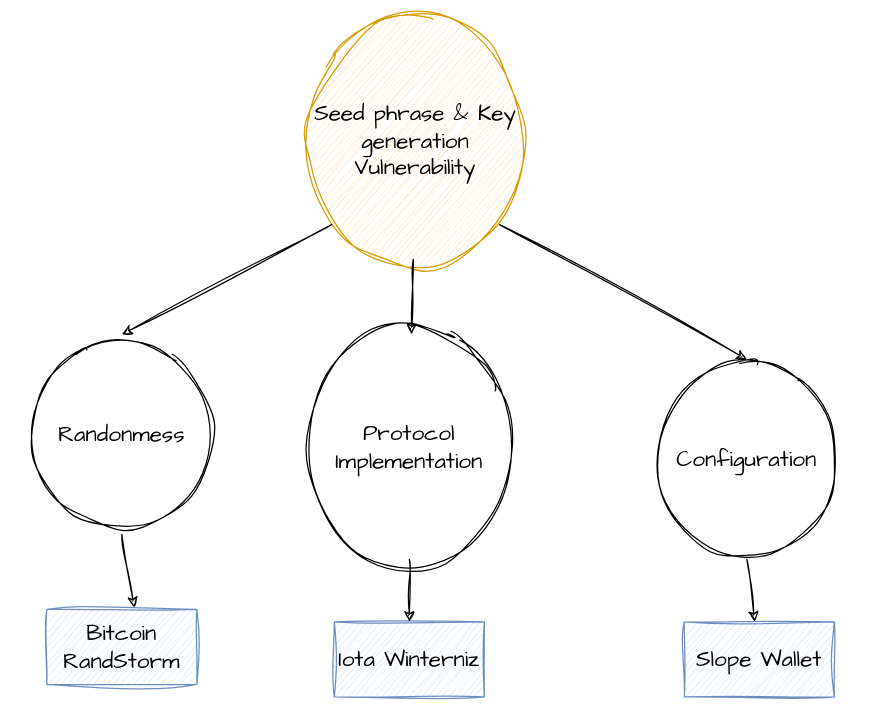
rya-sge/access-denied keeps this draw.io diagram as page "key generation" (6 of 21) of schema/crypto-wallet.drawio. Above is the earlier version. Source tidied: cells renumbered, new cells numbered last; positions are measured from the earlier drawing's top-left corner, leaving out a move shared by most shapes. Both pictures are drawn from the tidied source at 125%, with x=0, y=0 at pixel (21, 21).
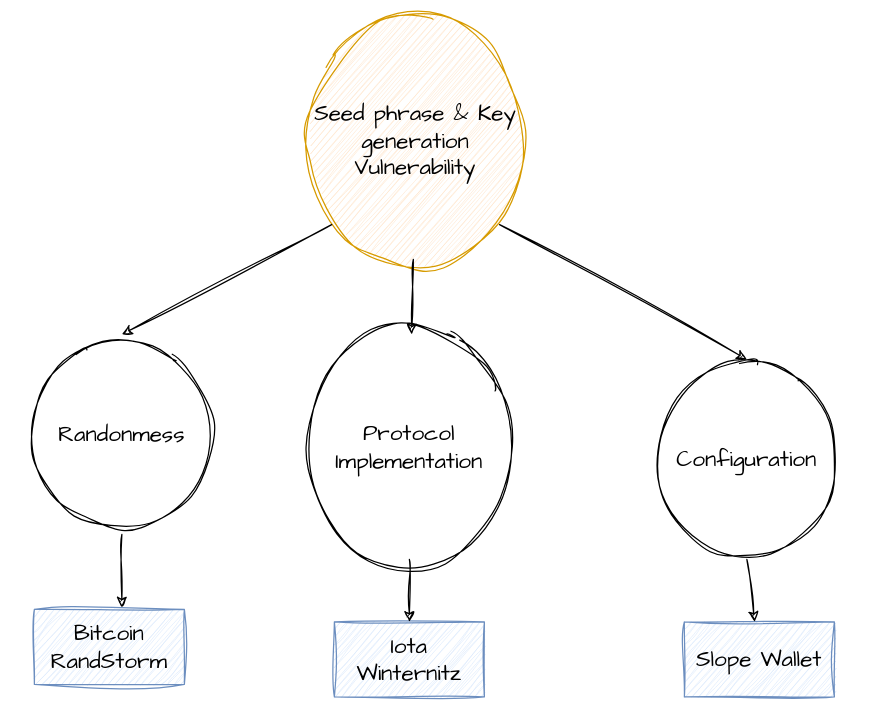
The same diagram, later.

The edit, as a diff of the source:
```diff
@@
 <mxGraphModel>
   <root>
     <mxCell id="0" />
     <mxCell id="1" parent="0" />
     <mxCell id="2" value="Seed phrase &amp;amp; Key generation Vulnerability" style="ellipse;whiteSpace=wrap;html=1;sketch=1;hachureGap=4;jiggle=2;fontFamily=Architects Daughter;fontSize=18;fillColor=#ffe6cc;strokeColor=#d79b00;" parent="1" vertex="1">
       <mxGeometry x="220" width="190" height="190" as="geometry" />
     </mxCell>
     <mxCell id="3" value="Protocol Implementation" style="ellipse;whiteSpace=wrap;html=1;sketch=1;hachureGap=4;jiggle=2;fontFamily=Architects Daughter;fontSize=18;" parent="1" vertex="1">
       <mxGeometry x="220" y="250" width="180" height="180" as="geometry" />
     </mxCell>
     <mxCell id="4" style="endArrow=classic;html=1;rounded=0;sketch=1;hachureGap=4;jiggle=2;fontFamily=Architects Daughter;fontSize=18;" parent="1" edge="1" source="2" target="3">
       <mxGeometry relative="1" as="geometry" />
     </mxCell>
     <mxCell id="5" value="Randonmess" style="ellipse;whiteSpace=wrap;html=1;sketch=1;hachureGap=4;jiggle=2;fontFamily=Architects Daughter;fontSize=18;" parent="1" vertex="1">
       <mxGeometry y="250" width="160" height="160" as="geometry" />
     </mxCell>
     <mxCell id="6" style="endArrow=classic;html=1;rounded=0;sketch=1;hachureGap=4;jiggle=2;fontFamily=Architects Daughter;fontSize=18;entryX=0.5;entryY=0;entryDx=0;entryDy=0;exitX=0;exitY=1;exitDx=0;exitDy=0;" parent="1" edge="1" source="2" target="5">
       <mxGeometry relative="1" as="geometry" />
     </mxCell>
     <mxCell id="7" style="endArrow=classic;html=1;rounded=0;sketch=1;hachureGap=4;jiggle=2;fontFamily=Architects Daughter;fontSize=18;exitX=1;exitY=1;exitDx=0;exitDy=0;entryX=0.5;entryY=0;entryDx=0;entryDy=0;" parent="1" edge="1" source="2" target="8">
       <mxGeometry relative="1" as="geometry" />
     </mxCell>
     <mxCell id="8" value="Configuration" style="ellipse;whiteSpace=wrap;html=1;sketch=1;hachureGap=4;jiggle=2;fontFamily=Architects Daughter;fontSize=18;" parent="1" vertex="1">
       <mxGeometry x="500" y="270" width="160" height="160" as="geometry" />
     </mxCell>
     <mxCell id="9" value="Bitcoin RandStorm" style="rounded=0;whiteSpace=wrap;html=1;sketch=1;hachureGap=4;jiggle=2;fontFamily=Architects Daughter;fontSize=18;fillColor=#dae8fc;strokeColor=#6c8ebf;" parent="1" vertex="1">
-      <mxGeometry x="20" y="470" width="120" height="60" as="geometry" />
+      <mxGeometry x="10" y="470" width="120" height="60" as="geometry" />
     </mxCell>
-    <mxCell id="10" value="Iota Winterniz" style="rounded=0;whiteSpace=wrap;html=1;sketch=1;hachureGap=4;jiggle=2;fontFamily=Architects Daughter;fontSize=18;fillColor=#dae8fc;strokeColor=#6c8ebf;" parent="1" vertex="1">
+    <mxCell id="10" value="Iota Winternitz" style="rounded=0;whiteSpace=wrap;html=1;sketch=1;hachureGap=4;jiggle=2;fontFamily=Architects Daughter;fontSize=18;fillColor=#dae8fc;strokeColor=#6c8ebf;" parent="1" vertex="1">
       <mxGeometry x="250" y="480" width="120" height="60" as="geometry" />
     </mxCell>
     <mxCell id="11" value="Slope Wallet" style="rounded=0;whiteSpace=wrap;html=1;sketch=1;hachureGap=4;jiggle=2;fontFamily=Architects Daughter;fontSize=18;fillColor=#dae8fc;strokeColor=#6c8ebf;" parent="1" vertex="1">
       <mxGeometry x="530" y="480" width="120" height="60" as="geometry" />
     </mxCell>
     <mxCell id="12" style="endArrow=classic;html=1;rounded=0;sketch=1;hachureGap=4;jiggle=2;fontFamily=Architects Daughter;fontSize=18;exitX=0.5;exitY=1;exitDx=0;exitDy=0;entryX=0.583;entryY=-0.025;entryDx=0;entryDy=0;entryPerimeter=0;" parent="1" edge="1" source="5" target="9">
       <mxGeometry relative="1" as="geometry" />
     </mxCell>
     <mxCell id="13" style="endArrow=classic;html=1;rounded=0;sketch=1;hachureGap=4;jiggle=2;fontFamily=Architects Daughter;fontSize=18;exitX=0.5;exitY=1;exitDx=0;exitDy=0;entryX=0.5;entryY=0;entryDx=0;entryDy=0;" parent="1" edge="1" source="3" target="10">
       <mxGeometry relative="1" as="geometry" />
     </mxCell>
     <mxCell id="14" style="endArrow=classic;html=1;rounded=0;sketch=1;hachureGap=4;jiggle=2;fontFamily=Architects Daughter;fontSize=18;exitX=0.5;exitY=1;exitDx=0;exitDy=0;" parent="1" edge="1" source="8" target="11">
       <mxGeometry relative="1" as="geometry" />
     </mxCell>
   </root>
 </mxGraphModel>
```
